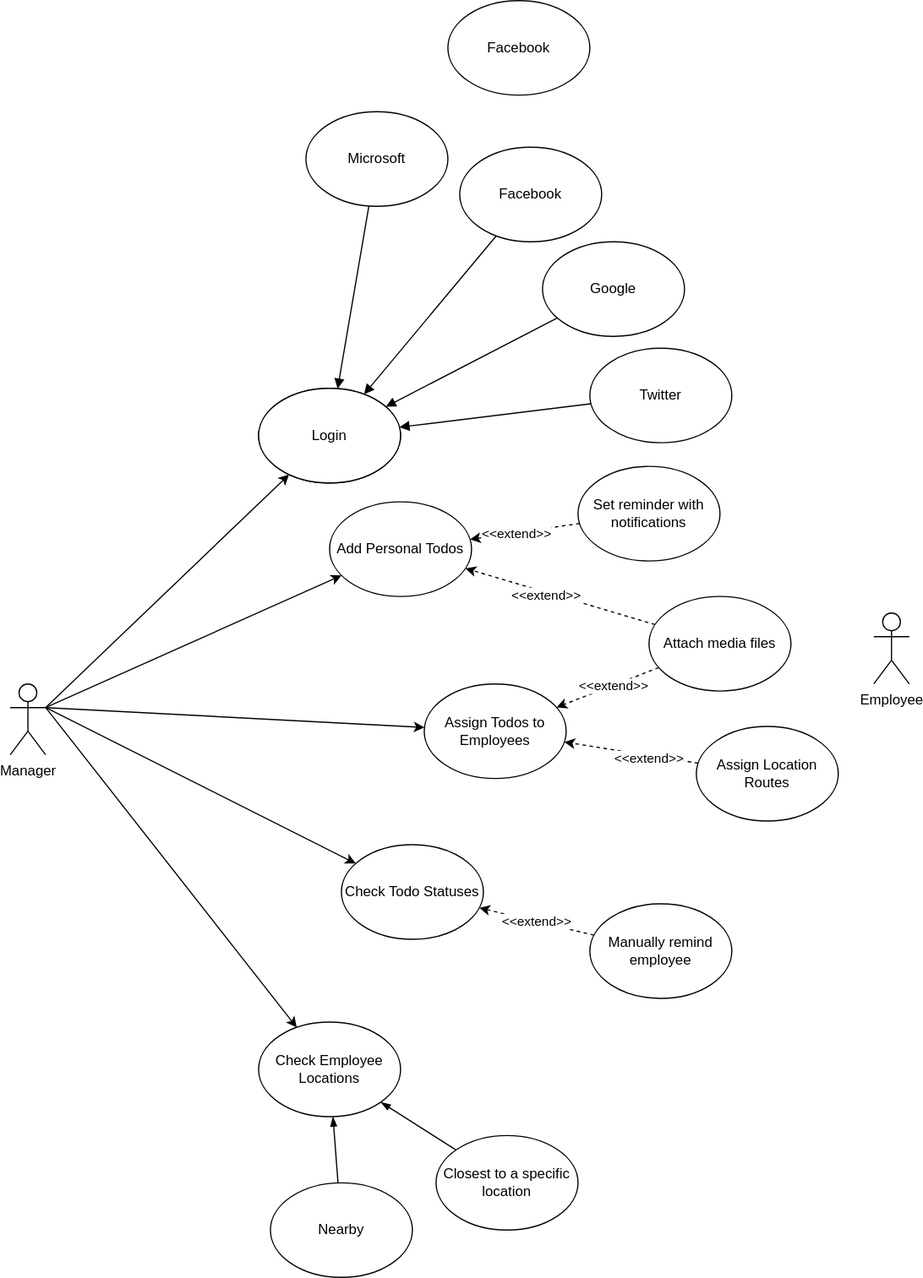
This is Docs/Use Case Diagrams.drawio.svg from jquesada2016/COP4655-Final-Project, a draw.io export, as it was before one commit. Source tidied: cells renumbered, new cells last; positions are measured from the earlier drawing's top-left corner, leaving out a move shared by most shapes. Source of this version:
```xml
<mxGraphModel>
  <root>
    <mxCell id="0" />
    <mxCell id="1" parent="0" />
    <mxCell id="2" style="rounded=0;jettySize=auto;html=1;exitX=1;exitY=0.3333333333333333;exitDx=0;exitDy=0;exitPerimeter=0;" parent="1" edge="1" source="7" target="24">
      <mxGeometry relative="1" as="geometry" />
    </mxCell>
    <mxCell id="3" style="edgeStyle=none;rounded=0;jettySize=auto;html=1;exitX=1;exitY=0.3333333333333333;exitDx=0;exitDy=0;exitPerimeter=0;" parent="1" edge="1" source="7" target="10">
      <mxGeometry relative="1" as="geometry" />
    </mxCell>
    <mxCell id="4" style="edgeStyle=none;rounded=0;jettySize=auto;html=1;exitX=1;exitY=0.3333333333333333;exitDx=0;exitDy=0;exitPerimeter=0;" parent="1" edge="1" source="7" target="11">
      <mxGeometry relative="1" as="geometry" />
    </mxCell>
    <mxCell id="5" style="edgeStyle=none;rounded=0;jettySize=auto;html=1;exitX=1;exitY=0.3333333333333333;exitDx=0;exitDy=0;exitPerimeter=0;" parent="1" edge="1" source="7" target="12">
      <mxGeometry relative="1" as="geometry" />
    </mxCell>
    <mxCell id="6" style="edgeStyle=none;rounded=0;jettySize=auto;html=1;exitX=1;exitY=0.3333333333333333;exitDx=0;exitDy=0;exitPerimeter=0;" parent="1" edge="1" source="7" target="9">
      <mxGeometry relative="1" as="geometry" />
    </mxCell>
    <mxCell id="7" value="Manager" style="shape=umlActor;verticalLabelPosition=bottom;verticalAlign=top;html=1;outlineConnect=0;" parent="1" vertex="1">
      <mxGeometry y="578" width="30" height="60" as="geometry" />
    </mxCell>
    <mxCell id="8" value="Employee" style="shape=umlActor;verticalLabelPosition=bottom;verticalAlign=top;html=1;" parent="1" vertex="1">
      <mxGeometry x="730" y="518" width="30" height="60" as="geometry" />
    </mxCell>
    <mxCell id="9" value="Login" style="ellipse;whiteSpace=wrap;html=1;" parent="1" vertex="1">
      <mxGeometry x="210" y="328" width="120" height="80" as="geometry" />
    </mxCell>
    <mxCell id="10" value="Assign Todos to Employees" style="ellipse;whiteSpace=wrap;html=1;" parent="1" vertex="1">
      <mxGeometry x="350" y="578" width="120" height="80" as="geometry" />
    </mxCell>
    <mxCell id="11" value="Check Todo Statuses" style="ellipse;whiteSpace=wrap;html=1;" parent="1" vertex="1">
      <mxGeometry x="280" y="714" width="120" height="80" as="geometry" />
    </mxCell>
    <mxCell id="12" value="Check Employee Locations" style="ellipse;whiteSpace=wrap;html=1;" parent="1" vertex="1">
      <mxGeometry x="210" y="864" width="120" height="80" as="geometry" />
    </mxCell>
    <mxCell id="13" style="edgeStyle=none;rounded=0;jettySize=auto;html=1;dashed=1;endArrow=classic;endFill=1;" parent="1" edge="1" source="15" target="10">
      <mxGeometry relative="1" as="geometry" />
    </mxCell>
    <mxCell id="14" value="&amp;lt;&amp;lt;extend&amp;gt;&amp;gt;" style="edgeLabel;html=1;align=center;verticalAlign=middle;" parent="13" vertex="1">
      <mxGeometry x="-0.27" y="2" relative="1" as="geometry" />
    </mxCell>
    <mxCell id="15" value="Assign Location Routes" style="ellipse;whiteSpace=wrap;html=1;" parent="1" vertex="1">
      <mxGeometry x="580" y="614" width="120" height="80" as="geometry" />
    </mxCell>
    <mxCell id="16" style="edgeStyle=none;rounded=0;jettySize=auto;html=1;endArrow=block;endFill=1;" parent="1" edge="1" source="17" target="9">
      <mxGeometry relative="1" as="geometry" />
    </mxCell>
    <mxCell id="17" value="Facebook" style="ellipse;whiteSpace=wrap;html=1;" parent="1" vertex="1">
      <mxGeometry x="380" y="124" width="120" height="80" as="geometry" />
    </mxCell>
    <mxCell id="18" style="edgeStyle=none;rounded=0;jettySize=auto;html=1;endArrow=block;endFill=1;" parent="1" edge="1" source="19" target="9">
      <mxGeometry relative="1" as="geometry" />
    </mxCell>
    <mxCell id="19" value="Google" style="ellipse;whiteSpace=wrap;html=1;" parent="1" vertex="1">
      <mxGeometry x="450" y="204" width="120" height="80" as="geometry" />
    </mxCell>
    <mxCell id="20" style="edgeStyle=none;rounded=0;jettySize=auto;html=1;endArrow=block;endFill=1;" parent="1" edge="1" source="21" target="9">
      <mxGeometry relative="1" as="geometry" />
    </mxCell>
    <mxCell id="21" value="Twitter" style="ellipse;whiteSpace=wrap;html=1;" parent="1" vertex="1">
      <mxGeometry x="490" y="294" width="120" height="80" as="geometry" />
    </mxCell>
    <mxCell id="22" style="edgeStyle=none;rounded=0;jettySize=auto;html=1;endArrow=block;endFill=1;" parent="1" edge="1" source="23" target="9">
      <mxGeometry relative="1" as="geometry" />
    </mxCell>
    <mxCell id="23" value="Microsoft" style="ellipse;whiteSpace=wrap;html=1;" parent="1" vertex="1">
      <mxGeometry x="250" y="94" width="120" height="80" as="geometry" />
    </mxCell>
    <mxCell id="24" value="Add Personal Todos" style="ellipse;whiteSpace=wrap;html=1;" parent="1" vertex="1">
      <mxGeometry x="270" y="424" width="120" height="80" as="geometry" />
    </mxCell>
    <mxCell id="25" style="edgeStyle=none;rounded=0;jettySize=auto;html=1;endArrow=classic;endFill=1;dashed=1;" parent="1" edge="1" source="27" target="24">
      <mxGeometry relative="1" as="geometry" />
    </mxCell>
    <mxCell id="26" value="&amp;lt;&amp;lt;extend&amp;gt;&amp;gt;" style="edgeLabel;html=1;align=center;verticalAlign=middle;" parent="25" vertex="1">
      <mxGeometry x="0.16" y="1" relative="1" as="geometry" />
    </mxCell>
    <mxCell id="27" value="Set reminder with notifications" style="ellipse;whiteSpace=wrap;html=1;" parent="1" vertex="1">
      <mxGeometry x="480" y="394" width="120" height="80" as="geometry" />
    </mxCell>
    <mxCell id="28" style="edgeStyle=none;rounded=0;jettySize=auto;html=1;dashed=1;endArrow=classic;endFill=1;" parent="1" edge="1" source="32" target="24">
      <mxGeometry relative="1" as="geometry" />
    </mxCell>
    <mxCell id="29" value="&amp;lt;&amp;lt;extend&amp;gt;&amp;gt;" style="edgeLabel;html=1;align=center;verticalAlign=middle;" parent="28" vertex="1">
      <mxGeometry x="0.15" y="2" relative="1" as="geometry" />
    </mxCell>
    <mxCell id="30" style="edgeStyle=none;rounded=0;jettySize=auto;html=1;dashed=1;endArrow=classic;endFill=1;" parent="1" edge="1" source="32" target="10">
      <mxGeometry relative="1" as="geometry" />
    </mxCell>
    <mxCell id="31" value="&amp;lt;&amp;lt;extend&amp;gt;&amp;gt;" style="edgeLabel;html=1;align=center;verticalAlign=middle;" parent="30" vertex="1">
      <mxGeometry x="-0.11" relative="1" as="geometry" />
    </mxCell>
    <mxCell id="32" value="Attach media files" style="ellipse;whiteSpace=wrap;html=1;" parent="1" vertex="1">
      <mxGeometry x="540" y="504" width="120" height="80" as="geometry" />
    </mxCell>
    <mxCell id="33" value="&amp;lt;&amp;lt;extend&amp;gt;&amp;gt;" style="edgeStyle=none;rounded=0;jettySize=auto;html=1;dashed=1;endArrow=classic;endFill=1;" parent="1" edge="1" source="34" target="11">
      <mxGeometry relative="1" as="geometry" />
    </mxCell>
    <mxCell id="34" value="Manually remind employee" style="ellipse;whiteSpace=wrap;html=1;" parent="1" vertex="1">
      <mxGeometry x="490" y="764" width="120" height="80" as="geometry" />
    </mxCell>
    <mxCell id="35" style="edgeStyle=none;rounded=0;jettySize=auto;html=1;endArrow=blockThin;endFill=1;" parent="1" edge="1" source="36" target="12">
      <mxGeometry relative="1" as="geometry" />
    </mxCell>
    <mxCell id="36" value="Nearby" style="ellipse;whiteSpace=wrap;html=1;" parent="1" vertex="1">
      <mxGeometry x="220" y="1000" width="120" height="80" as="geometry" />
    </mxCell>
    <mxCell id="37" style="edgeStyle=none;rounded=0;jettySize=auto;html=1;endArrow=blockThin;endFill=1;" parent="1" edge="1" source="38" target="12">
      <mxGeometry relative="1" as="geometry" />
    </mxCell>
    <mxCell id="38" value="Closest to a specific location" style="ellipse;whiteSpace=wrap;html=1;" parent="1" vertex="1">
      <mxGeometry x="360" y="960" width="120" height="80" as="geometry" />
    </mxCell>
    <mxCell id="39" value="Login" style="ellipse;whiteSpace=wrap;html=1;" parent="1" vertex="1">
      <mxGeometry x="210" y="328" width="120" height="80" as="geometry" />
    </mxCell>
    <mxCell id="40" value="Facebook" style="ellipse;whiteSpace=wrap;html=1;" parent="1" vertex="1">
      <mxGeometry x="370" width="120" height="80" as="geometry" />
    </mxCell>
  </root>
</mxGraphModel>
```
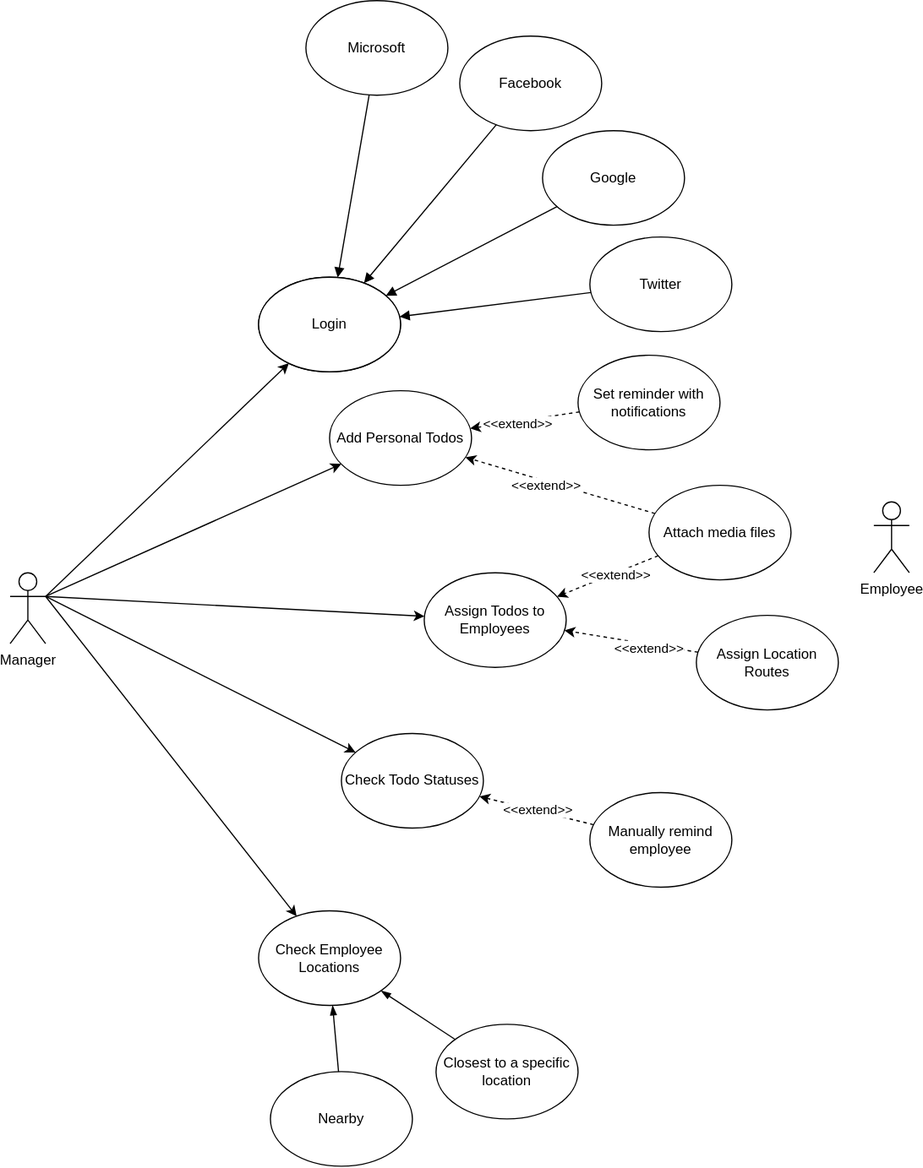
After the commit.

Commit message:
removed duplicated facebook bubble

What changed in the source:
```diff
@@ -116,8 +116,5 @@
     <mxCell id="39" value="Login" style="ellipse;whiteSpace=wrap;html=1;" parent="1" vertex="1">
       <mxGeometry x="210" y="328" width="120" height="80" as="geometry" />
     </mxCell>
-    <mxCell id="40" value="Facebook" style="ellipse;whiteSpace=wrap;html=1;" parent="1" vertex="1">
-      <mxGeometry x="370" width="120" height="80" as="geometry" />
-    </mxCell>
   </root>
 </mxGraphModel>
```
